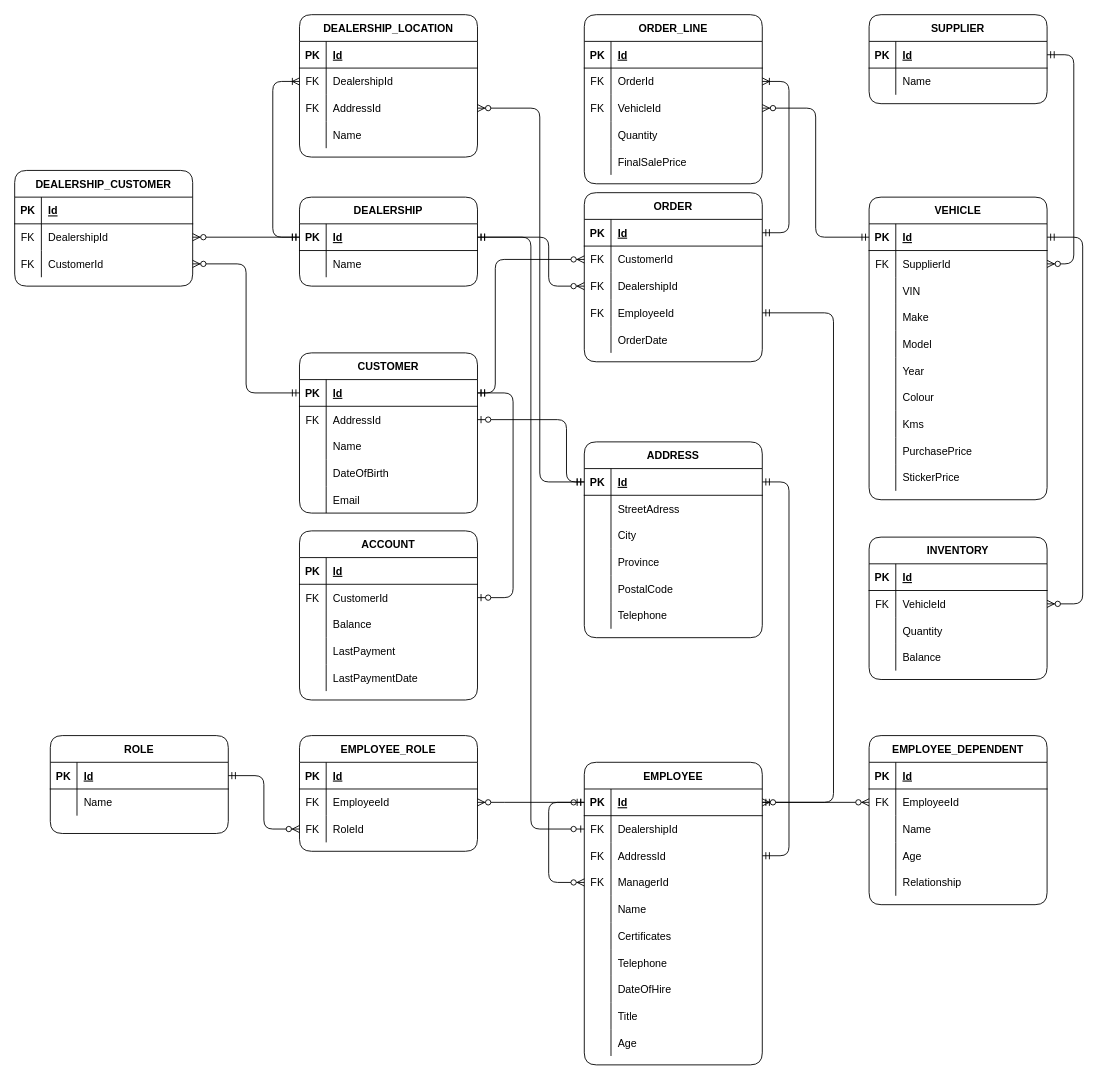
Before: Lab2.drawio in aeulker/W4, a draw.io diagram. Source tidied: cells renumbered, new cells numbered last; positions are measured from the earlier drawing's top-left corner, leaving out a move shared by most shapes. Both pictures are drawn from the tidied source at 89%, with x=0, y=0 at pixel (14, 14).
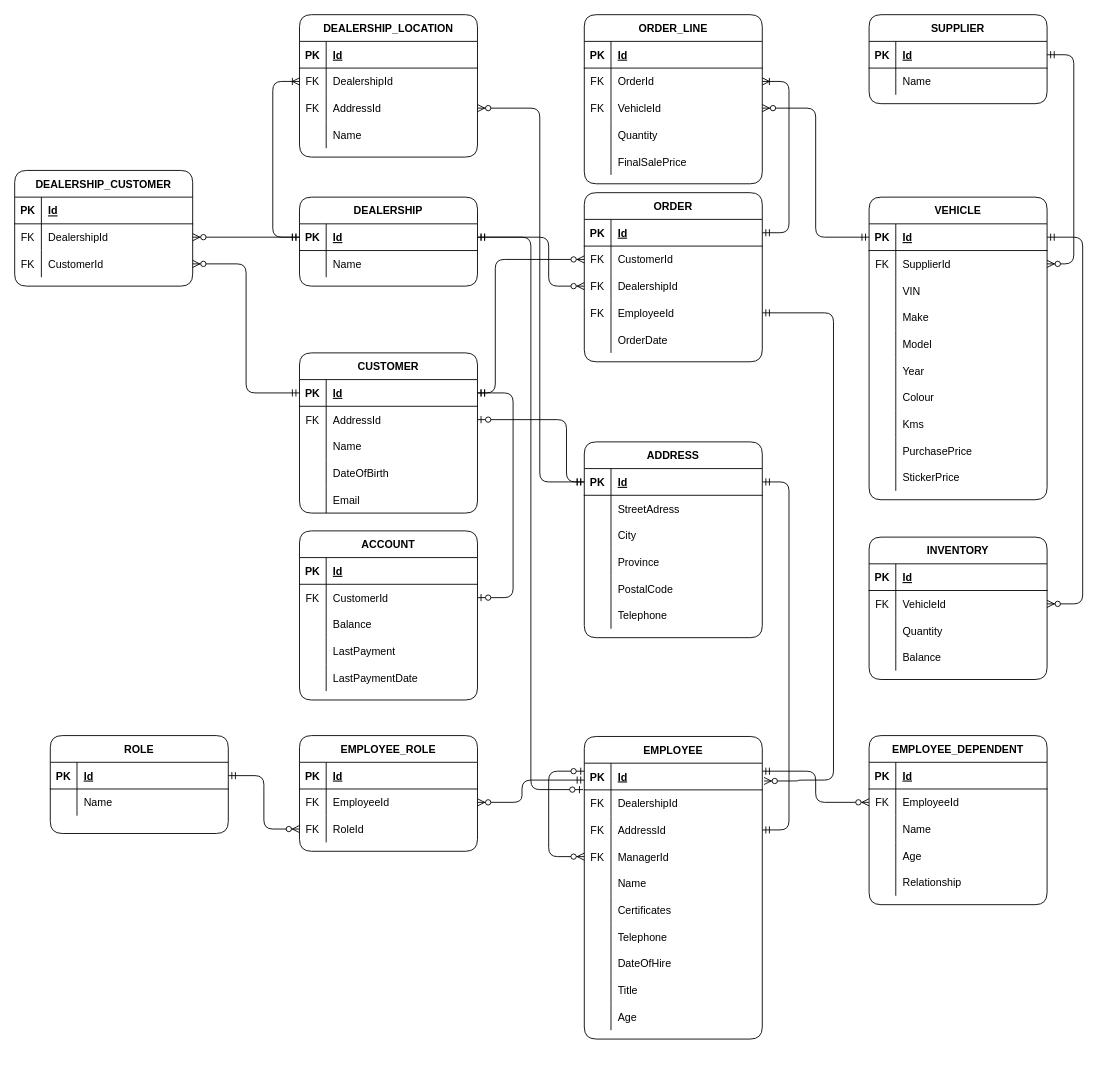
After the change.

The change refers to these unchanged cells:
```xml
<mxCell id="28" style="shape=tableRow;horizontal=0;startSize=0;swimlaneHead=0;swimlaneBody=0;fillColor=none;points=[[0,0.5],[1,0.5]];portConstraint=eastwest;top=0;left=0;right=0;bottom=0;" parent="18" vertex="1">
  <mxGeometry y="120" width="200" height="30" as="geometry" />
</mxCell>
<mxCell id="108" style="shape=tableRow;horizontal=0;startSize=0;swimlaneHead=0;swimlaneBody=0;fillColor=none;points=[[0,0.5],[1,0.5]];portConstraint=eastwest;top=0;left=0;right=0;bottom=1;" parent="107" vertex="1">
  <mxGeometry y="30" width="200" height="30" as="geometry" />
</mxCell>
<mxCell id="111" style="shape=tableRow;horizontal=0;startSize=0;swimlaneHead=0;swimlaneBody=0;fillColor=none;points=[[0,0.5],[1,0.5]];portConstraint=eastwest;top=0;left=0;right=0;bottom=0;" parent="107" vertex="1">
  <mxGeometry y="60" width="200" height="30" as="geometry" />
</mxCell>
<mxCell id="114" style="shape=tableRow;horizontal=0;startSize=0;swimlaneHead=0;swimlaneBody=0;fillColor=none;points=[[0,0.5],[1,0.5]];portConstraint=eastwest;top=0;left=0;right=0;bottom=0;" parent="107" vertex="1">
  <mxGeometry y="90" width="200" height="30" as="geometry" />
</mxCell>
<mxCell id="117" style="shape=tableRow;horizontal=0;startSize=0;swimlaneHead=0;swimlaneBody=0;fillColor=none;points=[[0,0.5],[1,0.5]];portConstraint=eastwest;top=0;left=0;right=0;bottom=0;" parent="107" vertex="1">
  <mxGeometry y="120" width="200" height="30" as="geometry" />
</mxCell>
<mxCell id="147" style="shape=tableRow;horizontal=0;startSize=0;swimlaneHead=0;swimlaneBody=0;fillColor=none;points=[[0,0.5],[1,0.5]];portConstraint=eastwest;top=0;left=0;right=0;bottom=1;" parent="146" vertex="1">
  <mxGeometry y="30" width="200" height="30" as="geometry" />
</mxCell>
<mxCell id="157" style="shape=tableRow;horizontal=0;startSize=0;swimlaneHead=0;swimlaneBody=0;fillColor=none;points=[[0,0.5],[1,0.5]];portConstraint=eastwest;top=0;left=0;right=0;bottom=0;" parent="153" vertex="1">
  <mxGeometry y="60" width="200" height="30" as="geometry" />
</mxCell>
<mxCell id="167" style="shape=tableRow;horizontal=0;startSize=0;swimlaneHead=0;swimlaneBody=0;fillColor=none;points=[[0,0.5],[1,0.5]];portConstraint=eastwest;top=0;left=0;right=0;bottom=0;" parent="163" vertex="1">
  <mxGeometry y="60" width="200" height="30" as="geometry" />
</mxCell>
<mxCell id="180" style="shape=tableRow;horizontal=0;startSize=0;swimlaneHead=0;swimlaneBody=0;fillColor=none;points=[[0,0.5],[1,0.5]];portConstraint=eastwest;top=0;left=0;right=0;bottom=1;" parent="179" vertex="1">
  <mxGeometry y="30" width="200" height="30" as="geometry" />
</mxCell>
```

The edit, as a diff of the source:
```diff
@@
     <mxCell id="107" value="EMPLOYEE" style="shape=table;startSize=30;childLayout=tableLayout;rowLines=0;fontStyle=1;align=center;rounded=1;" parent="1" vertex="1">
-      <mxGeometry x="640" y="840" width="200" height="340" as="geometry" />
+      <mxGeometry x="640" y="811" width="200" height="340" as="geometry" />
     </mxCell>
@@
-    <mxCell id="138" style="fontSize=12;html=1;endArrow=ERzeroToMany;startArrow=ERzeroToOne;rounded=1;sketch=0;jumpStyle=none;entryX=0;entryY=0.5;entryDx=0;entryDy=0;exitX=0;exitY=0.5;exitDx=0;exitDy=0;edgeStyle=orthogonalEdgeStyle;" parent="107" edge="1" source="108" target="117">
+    <mxCell id="138" style="fontSize=12;html=1;endArrow=ERzeroToMany;startArrow=ERzeroToOne;rounded=1;sketch=0;jumpStyle=none;entryX=0;entryY=0.5;entryDx=0;entryDy=0;edgeStyle=orthogonalEdgeStyle;" parent="107" edge="1" target="117">
       <mxGeometry relative="1" as="geometry">
+        <mxPoint y="39" as="sourcePoint" />
         <Array as="points">
-          <mxPoint x="-40" y="45" />
+          <mxPoint y="39" />
+          <mxPoint x="-40" y="39" />
           <mxPoint x="-40" y="135" />
         </Array>
       </mxGeometry>
     </mxCell>
@@
-    <mxCell id="228" style="edgeStyle=orthogonalEdgeStyle;fontSize=12;html=1;endArrow=ERmandOne;startArrow=ERmandOne;sketch=0;jumpStyle=none;entryX=1;entryY=0.5;entryDx=0;entryDy=0;rounded=1;" parent="1" edge="1" source="114" target="180">
+    <mxCell id="228" style="edgeStyle=orthogonalEdgeStyle;fontSize=12;html=1;endArrow=ERmandOne;startArrow=ERmandOne;sketch=0;jumpStyle=none;entryX=1;entryY=0.5;entryDx=0;entryDy=0;rounded=1;exitX=1;exitY=0.5;exitDx=0;exitDy=0;" parent="1" edge="1" source="114" target="180">
       <mxGeometry relative="1" as="geometry">
         <Array as="points">
-          <mxPoint x="870" y="945" />
+          <mxPoint x="870" y="916" />
           <mxPoint x="870" y="525" />
         </Array>
       </mxGeometry>
     </mxCell>
-    <mxCell id="229" style="edgeStyle=orthogonalEdgeStyle;fontSize=12;html=1;endArrow=ERzeroToOne;startArrow=ERmandOne;rounded=1;sketch=0;jumpStyle=none;exitX=1;exitY=0.5;exitDx=0;exitDy=0;" parent="1" edge="1" source="147" target="111">
-      <mxGeometry relative="1" as="geometry" />
+    <mxCell id="229" style="edgeStyle=orthogonalEdgeStyle;fontSize=12;html=1;endArrow=ERzeroToOne;startArrow=ERmandOne;rounded=1;sketch=0;jumpStyle=none;exitX=1;exitY=0.5;exitDx=0;exitDy=0;entryX=-0.007;entryY=-0.01;entryDx=0;entryDy=0;entryPerimeter=0;" parent="1" edge="1" source="147" target="111">
+      <mxGeometry relative="1" as="geometry">
+        <Array as="points">
+          <mxPoint x="580" y="250" />
+          <mxPoint x="580" y="870" />
+          <mxPoint x="639" y="870" />
+        </Array>
+      </mxGeometry>
     </mxCell>
-    <mxCell id="230" style="edgeStyle=orthogonalEdgeStyle;fontSize=12;html=1;endArrow=ERzeroToMany;startArrow=ERmandOne;rounded=1;sketch=0;jumpStyle=none;exitX=1;exitY=0.5;exitDx=0;exitDy=0;entryX=0;entryY=0.5;entryDx=0;entryDy=0;" parent="1" edge="1" source="108" target="167">
-      <mxGeometry relative="1" as="geometry" />
+    <mxCell id="230" style="edgeStyle=orthogonalEdgeStyle;fontSize=12;html=1;endArrow=ERzeroToMany;startArrow=ERmandOne;rounded=1;sketch=0;jumpStyle=none;entryX=0;entryY=0.5;entryDx=0;entryDy=0;" parent="1" edge="1" target="167">
+      <mxGeometry relative="1" as="geometry">
+        <mxPoint x="840" y="850" as="sourcePoint" />
+        <Array as="points">
+          <mxPoint x="840" y="850" />
+          <mxPoint x="900" y="850" />
+          <mxPoint x="900" y="885" />
+        </Array>
+      </mxGeometry>
     </mxCell>
@@
-    <mxCell id="232" style="edgeStyle=orthogonalEdgeStyle;fontSize=12;html=1;endArrow=ERzeroToMany;startArrow=ERmandOne;rounded=1;sketch=0;jumpStyle=none;exitX=0;exitY=0.5;exitDx=0;exitDy=0;entryX=1;entryY=0.5;entryDx=0;entryDy=0;" parent="1" edge="1" source="108" target="157">
+    <mxCell id="232" style="edgeStyle=orthogonalEdgeStyle;fontSize=12;html=1;endArrow=ERzeroToMany;startArrow=ERmandOne;rounded=1;sketch=0;jumpStyle=none;entryX=1;entryY=0.5;entryDx=0;entryDy=0;" parent="1" edge="1" target="157">
       <mxGeometry relative="1" as="geometry">
+        <mxPoint x="640" y="860" as="sourcePoint" />
         <Array as="points">
-          <mxPoint x="540" y="885" />
-          <mxPoint x="540" y="885" />
+          <mxPoint x="570" y="860" />
+          <mxPoint x="570" y="885" />
         </Array>
       </mxGeometry>
     </mxCell>
@@
-    <mxCell id="234" style="edgeStyle=orthogonalEdgeStyle;fontSize=12;html=1;endArrow=ERzeroToMany;startArrow=ERmandOne;rounded=1;sketch=0;exitX=1;exitY=0.5;exitDx=0;exitDy=0;entryX=1;entryY=0.5;entryDx=0;entryDy=0;" parent="1" edge="1" source="28" target="108">
+    <mxCell id="234" style="edgeStyle=orthogonalEdgeStyle;fontSize=12;html=1;endArrow=ERzeroToMany;startArrow=ERmandOne;rounded=1;sketch=0;exitX=1;exitY=0.5;exitDx=0;exitDy=0;entryX=1.01;entryY=0.667;entryDx=0;entryDy=0;entryPerimeter=0;" parent="1" edge="1" source="28" target="108">
       <mxGeometry relative="1" as="geometry">
         <Array as="points">
           <mxPoint x="920" y="335" />
-          <mxPoint x="920" y="885" />
+          <mxPoint x="920" y="860" />
+          <mxPoint x="880" y="860" />
         </Array>
       </mxGeometry>
     </mxCell>
```
